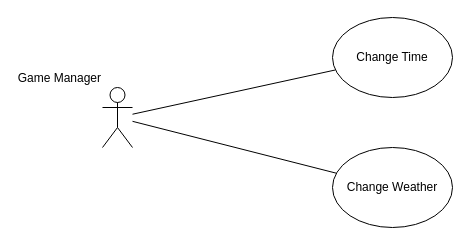
This is page "Game_Manager_Use_cases" (3 of 4) of Document/Diagrams/sunny_field_use_cases.drawio from linhh563/sunny-fields, a draw.io file, before an edit. Source tidied: cells renumbered, new cells numbered last; positions are measured from the earlier drawing's top-left corner, leaving out a move shared by most shapes. Both pictures are drawn from the tidied source at 100%, with x=0, y=0 at pixel (102, 17).
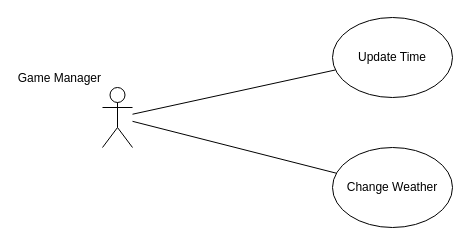
The same page after the edit.

What changed in the source:
```diff
@@
 <mxGraphModel>
   <root>
     <mxCell id="0" />
     <mxCell id="1" parent="0" />
     <mxCell id="2" style="rounded=0;jettySize=auto;html=1;endArrow=none;endFill=0;" parent="1" edge="1" source="4" target="5">
       <mxGeometry relative="1" as="geometry" />
     </mxCell>
     <mxCell id="3" style="rounded=0;jettySize=auto;html=1;endArrow=none;endFill=0;" parent="1" edge="1" source="4" target="6">
       <mxGeometry relative="1" as="geometry" />
     </mxCell>
     <mxCell id="4" value="Game Manager" style="shape=umlActor;verticalLabelPosition=top;verticalAlign=bottom;html=1;outlineConnect=0;labelPosition=left;align=right;" parent="1" vertex="1">
       <mxGeometry y="70" width="30" height="60" as="geometry" />
     </mxCell>
-    <mxCell id="5" value="Change Time" style="ellipse;whiteSpace=wrap;html=1;" parent="1" vertex="1">
+    <mxCell id="5" value="Update Time" style="ellipse;whiteSpace=wrap;html=1;" parent="1" vertex="1">
       <mxGeometry x="230" width="120" height="80" as="geometry" />
     </mxCell>
     <mxCell id="6" value="Change Weather" style="ellipse;whiteSpace=wrap;html=1;" parent="1" vertex="1">
       <mxGeometry x="230" y="130" width="120" height="80" as="geometry" />
     </mxCell>
   </root>
 </mxGraphModel>
```
